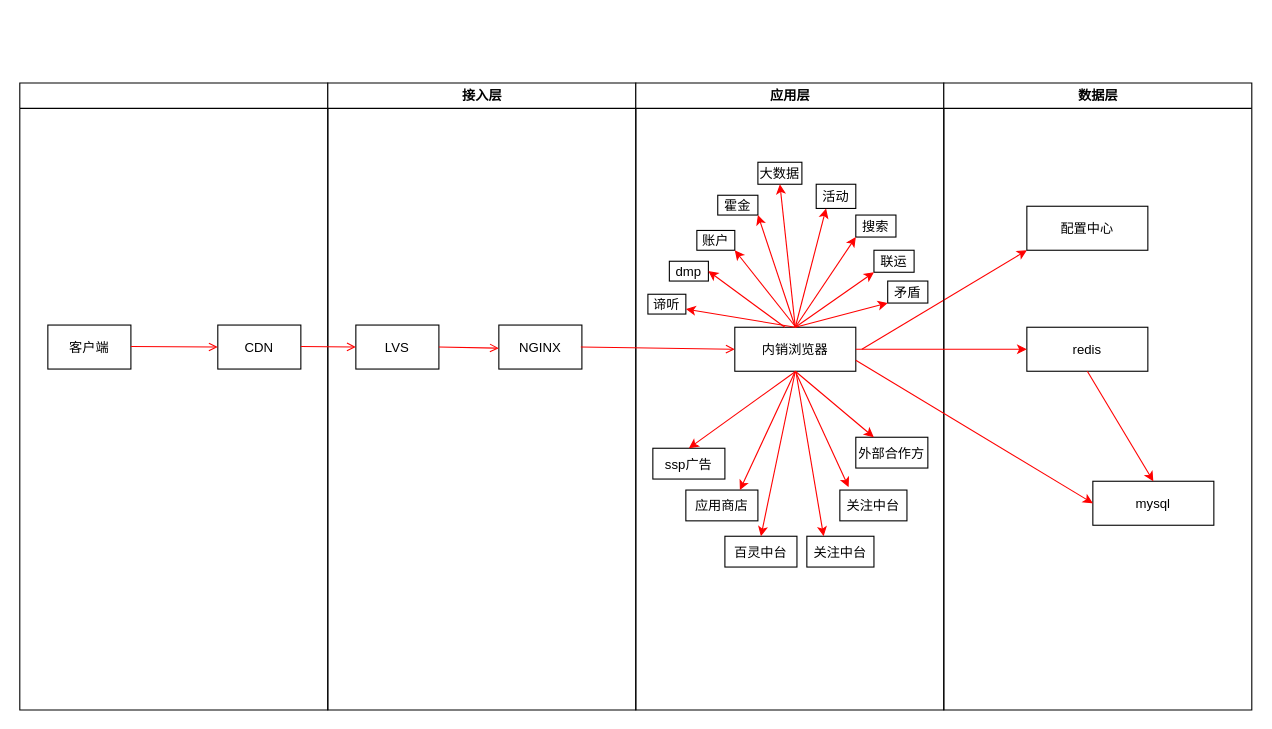
This is 1.drawio from jqg156/myexample, a draw.io file, before an edit. Source tidied: cells renumbered, new cells numbered last; positions are measured from the earlier drawing's top-left corner, leaving out a move shared by most shapes. Both pictures are drawn from the tidied source at 110%, with x=0, y=0 at pixel (19, 82).
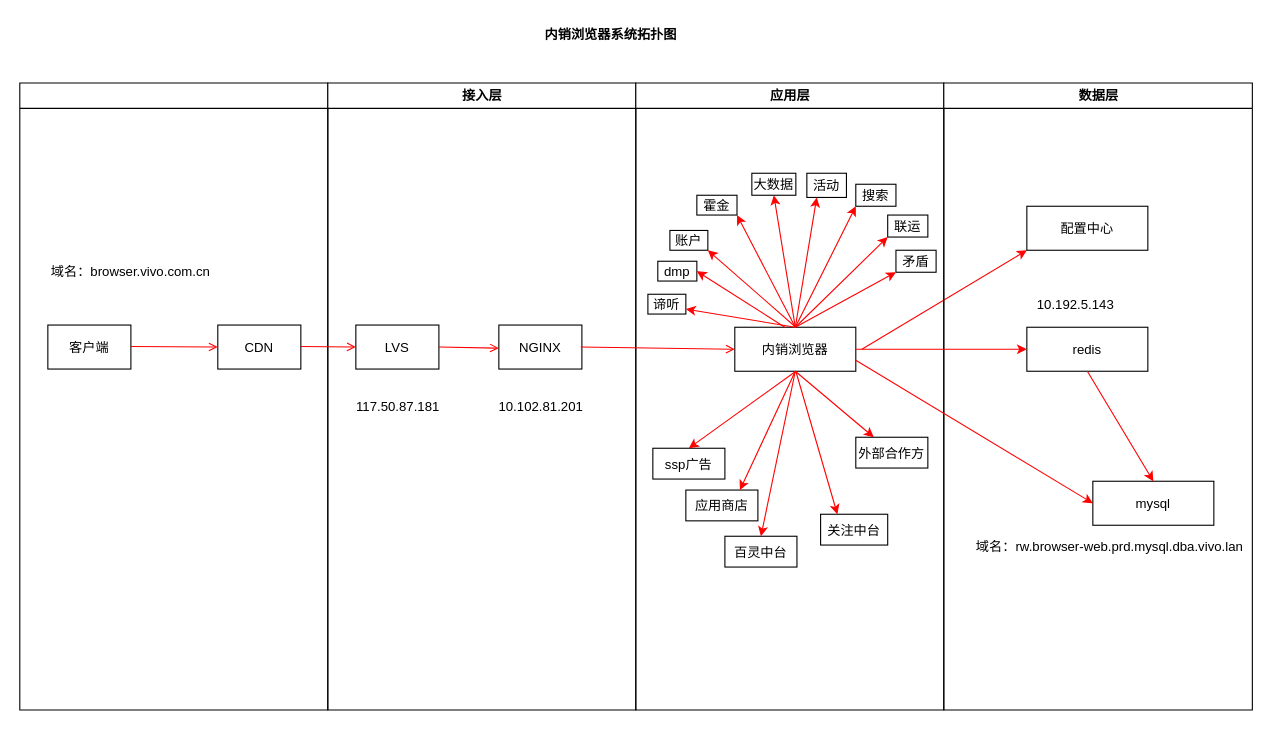
After the change.

Unchanged cells that the change refers to:
```xml
<mxCell id="2" style="swimlane;whiteSpace=wrap;" parent="1" vertex="1">
  <mxGeometry x="0.5" width="280" height="570" as="geometry" />
</mxCell>
<mxCell id="6" value="接入层" style="swimlane;whiteSpace=wrap;" parent="1" vertex="1">
  <mxGeometry x="280.5" width="280" height="570" as="geometry" />
</mxCell>
<mxCell id="10" value="应用层" style="swimlane;whiteSpace=wrap;" parent="1" vertex="1">
  <mxGeometry x="560.5" width="280" height="570" as="geometry" />
</mxCell>
<mxCell id="11" value="内销浏览器" parent="10" vertex="1">
  <mxGeometry x="90" y="222" width="110" height="40" as="geometry" />
</mxCell>
```

The edit, as a diff of the source:
```diff
@@
+    <mxCell id="52" value="域名：browser.vivo.com.cn" style="text;html=1;align=center;verticalAlign=middle;strokeColor=none;fillColor=none;" parent="2" vertex="1">
+      <mxGeometry x="20" y="162" width="160" height="20" as="geometry" />
+    </mxCell>
@@
+    <mxCell id="53" value="117.50.87.181" style="text;html=1;align=center;verticalAlign=middle;strokeColor=none;fillColor=none;" parent="6" vertex="1">
+      <mxGeometry x="18.2" y="285" width="90" height="20" as="geometry" />
+    </mxCell>
+    <mxCell id="54" value="10.102.81.201" style="text;html=1;align=center;verticalAlign=middle;strokeColor=none;fillColor=none;" parent="6" vertex="1">
+      <mxGeometry x="148.2" y="285" width="90" height="20" as="geometry" />
+    </mxCell>
@@
     <mxCell id="12" value="账户" parent="10" vertex="1">
-      <mxGeometry x="55.5" y="134" width="34.5" height="18" as="geometry" />
+      <mxGeometry x="31" y="134" width="34.5" height="18" as="geometry" />
     </mxCell>
@@
     <mxCell id="17" value="关注中台" parent="10" vertex="1">
-      <mxGeometry x="155.5" y="412" width="61" height="28" as="geometry" />
+      <mxGeometry x="168" y="392" width="61" height="28" as="geometry" />
     </mxCell>
@@
-    <mxCell id="19" value="关注中台" parent="10" vertex="1">
-      <mxGeometry x="185.5" y="370" width="61" height="28" as="geometry" />
-    </mxCell>
     <mxCell id="20" value="dmp" parent="10" vertex="1">
-      <mxGeometry x="30.5" y="162" width="35.5" height="18" as="geometry" />
+      <mxGeometry x="20" y="162" width="35.5" height="18" as="geometry" />
     </mxCell>
     <mxCell id="21" value="霍金" parent="10" vertex="1">
-      <mxGeometry x="74.5" y="102" width="36.5" height="18" as="geometry" />
+      <mxGeometry x="55.5" y="102" width="36.5" height="18" as="geometry" />
     </mxCell>
     <mxCell id="22" value="大数据" parent="10" vertex="1">
-      <mxGeometry x="111" y="72" width="40" height="20" as="geometry" />
+      <mxGeometry x="105.5" y="82" width="40" height="20" as="geometry" />
     </mxCell>
     <mxCell id="23" value="活动" parent="10" vertex="1">
-      <mxGeometry x="164" y="92" width="36" height="22" as="geometry" />
+      <mxGeometry x="155.5" y="82" width="36" height="22" as="geometry" />
     </mxCell>
     <mxCell id="24" value="搜索" parent="10" vertex="1">
-      <mxGeometry x="200" y="120" width="36.5" height="20" as="geometry" />
+      <mxGeometry x="200" y="92" width="36.5" height="20" as="geometry" />
     </mxCell>
     <mxCell id="25" value="联运" parent="10" vertex="1">
-      <mxGeometry x="216.5" y="152" width="36.5" height="20" as="geometry" />
+      <mxGeometry x="229" y="120" width="36.5" height="20" as="geometry" />
     </mxCell>
     <mxCell id="26" value="矛盾" parent="10" vertex="1">
-      <mxGeometry x="229" y="180" width="36.5" height="20" as="geometry" />
+      <mxGeometry x="236.5" y="152" width="36.5" height="20" as="geometry" />
     </mxCell>
@@
-    <mxCell id="30" style="endArrow=classic;html=1;rounded=0;strokeColor=#FF0000;exitX=0.5;exitY=1;exitDx=0;exitDy=0;entryX=0.131;entryY=-0.095;entryDx=0;entryDy=0;entryPerimeter=0;" parent="10" edge="1" source="11" target="19">
-      <mxGeometry relative="1" as="geometry" />
-    </mxCell>
@@
     <mxCell id="40" value="数据层" style="swimlane;whiteSpace=wrap;" parent="1" vertex="1">
-      <mxGeometry x="840.5" width="280" height="570" as="geometry" />
+      <mxGeometry x="840.5" width="280.5" height="570" as="geometry" />
     </mxCell>
@@
+    <mxCell id="55" value="10.192.5.143" style="text;html=1;align=center;verticalAlign=middle;strokeColor=none;fillColor=none;" parent="40" vertex="1">
+      <mxGeometry x="74.5" y="192" width="90" height="20" as="geometry" />
+    </mxCell>
+    <mxCell id="56" value="域名：rw.browser-web.prd.mysql.dba.vivo.lan" style="text;html=1;align=center;verticalAlign=middle;strokeColor=none;fillColor=none;" parent="40" vertex="1">
+      <mxGeometry x="20.5" y="412" width="260" height="20" as="geometry" />
+    </mxCell>
@@
+    <mxCell id="57" value="&lt;b&gt;内销浏览器系统拓扑图&lt;/b&gt;" style="text;whiteSpace=wrap;html=1;" parent="1" vertex="1">
+      <mxGeometry x="476" y="-58" width="150" height="30" as="geometry" />
+    </mxCell>
```
